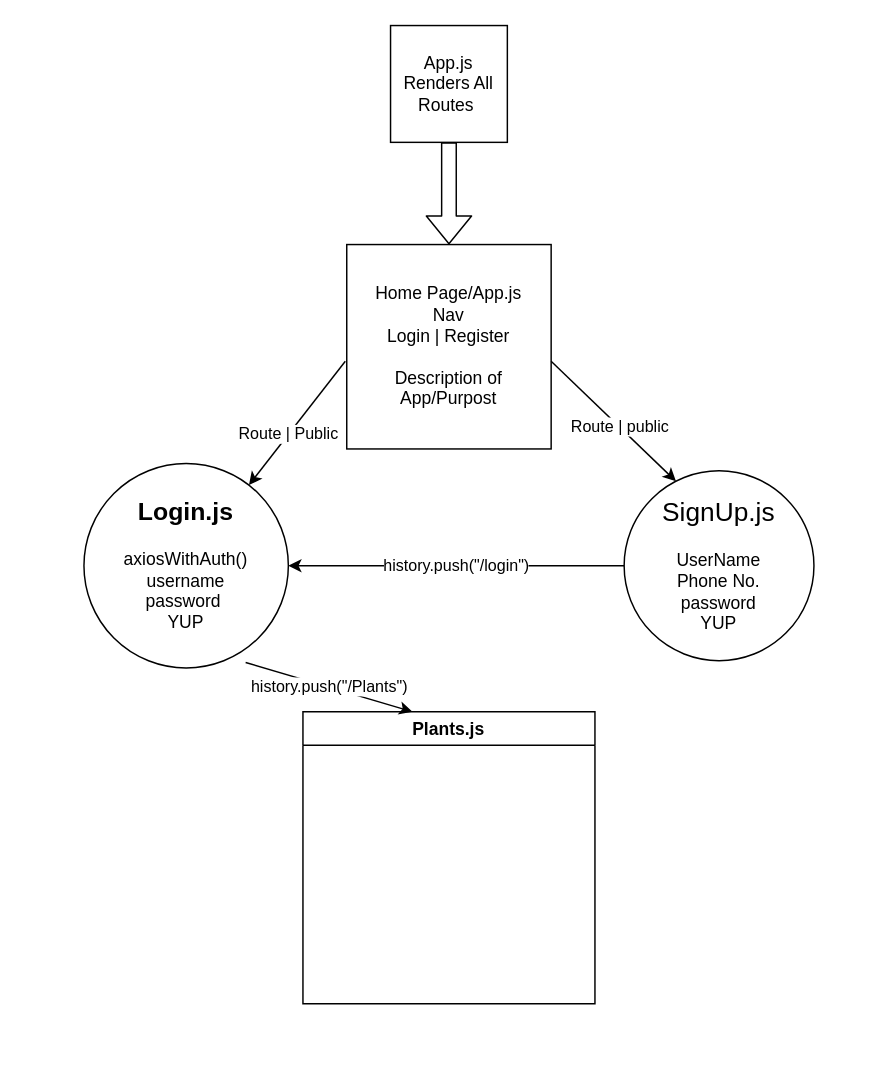
Earlier version of the draw.io diagram chart.drawio (Build-Week-092021-Water-My-Plants/frontend). Source tidied: cells renumbered, new cells numbered last; positions are measured from the earlier drawing's top-left corner, leaving out a move shared by most shapes. Both pictures are drawn from the tidied source at 146%, with x=0, y=0 at pixel (83, 25).
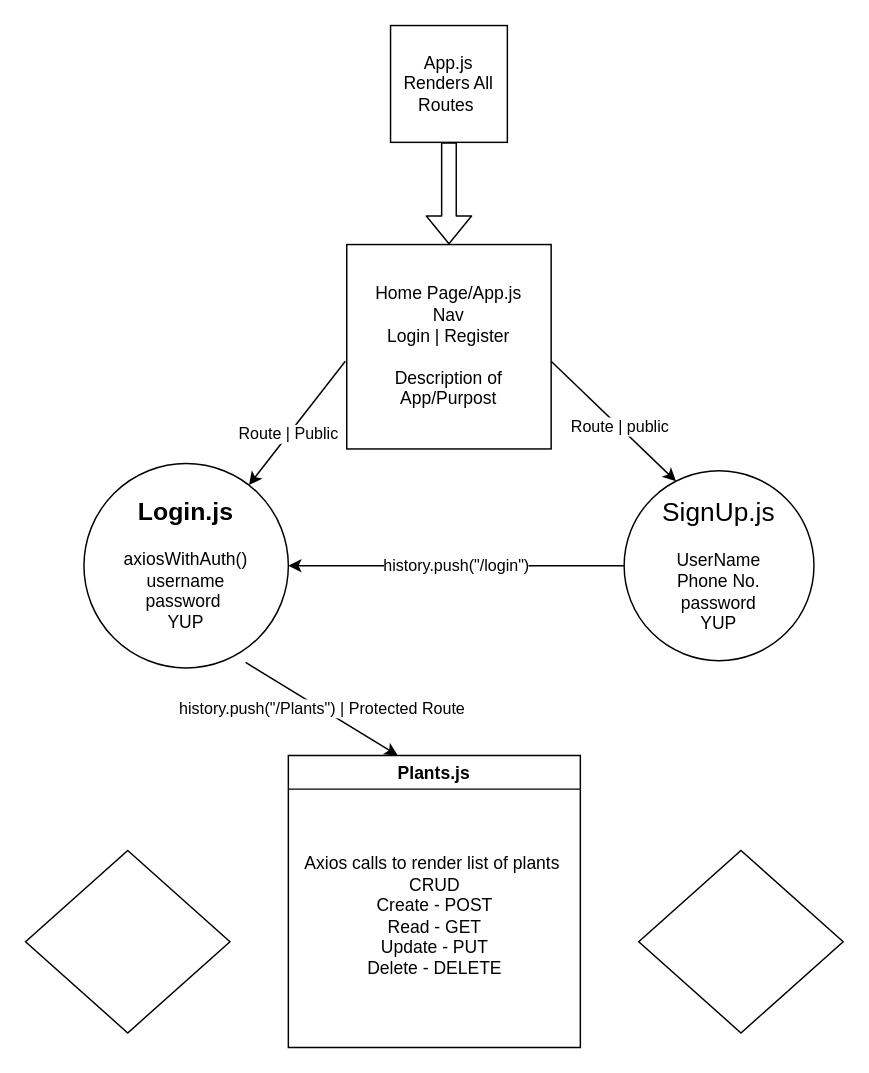
After the change.

What changed in the source:
```diff
@@
 <mxGraphModel>
   <root>
     <mxCell id="0" />
     <mxCell id="1" parent="0" />
     <mxCell id="2" value="Home Page/App.js&lt;br&gt;Nav&lt;br&gt;Login | Register&lt;br&gt;&lt;br&gt;Description of App/Purpost" style="whiteSpace=wrap;html=1;" parent="1" vertex="1">
       <mxGeometry x="180" y="150" width="140" height="140" as="geometry" />
     </mxCell>
     <mxCell id="3" value="&lt;font style=&quot;font-size: 18px&quot;&gt;SignUp.js&lt;/font&gt;&lt;br&gt;&lt;br&gt;UserName&lt;br&gt;Phone No.&lt;br&gt;password&lt;br&gt;YUP" style="ellipse;whiteSpace=wrap;html=1;" parent="1" vertex="1">
       <mxGeometry x="370" y="305" width="130" height="130" as="geometry" />
     </mxCell>
     <mxCell id="4" value="&lt;b&gt;&lt;font style=&quot;font-size: 17px&quot;&gt;Login.js&lt;/font&gt;&lt;/b&gt;&lt;br&gt;&lt;br&gt;axiosWithAuth()&lt;br&gt;username&lt;br&gt;password&amp;nbsp;&lt;br&gt;YUP&lt;br&gt;" style="ellipse;whiteSpace=wrap;html=1;" parent="1" vertex="1">
       <mxGeometry y="300" width="140" height="140" as="geometry" />
     </mxCell>
     <mxCell id="5" value="Route | Public" style="endArrow=classic;html=1;exitX=-0.007;exitY=0.571;exitDx=0;exitDy=0;exitPerimeter=0;" parent="1" edge="1" source="2" target="4">
       <mxGeometry x="0.18" relative="1" as="geometry" />
     </mxCell>
     <mxCell id="6" value="Route | public" style="endArrow=classic;html=1;entryX=0.273;entryY=0.055;entryDx=0;entryDy=0;entryPerimeter=0;exitX=1;exitY=0.571;exitDx=0;exitDy=0;exitPerimeter=0;" parent="1" edge="1" source="2" target="3">
       <mxGeometry x="0.09" relative="1" as="geometry" />
     </mxCell>
     <mxCell id="7" value="Plants.js" style="swimlane;" parent="1" vertex="1">
-      <mxGeometry x="150" y="470" width="200" height="200" as="geometry" />
+      <mxGeometry x="140" y="500" width="200" height="200" as="geometry" />
     </mxCell>
+    <mxCell id="12" value="Axios calls to render list of plants&amp;nbsp;&lt;br&gt;CRUD&lt;br&gt;Create - POST&lt;br&gt;Read - GET&lt;br&gt;Update - PUT&lt;br&gt;Delete - DELETE" style="text;html=1;align=center;verticalAlign=middle;strokeColor=none;" parent="7" vertex="1">
+      <mxGeometry x="5" y="65" width="190" height="90" as="geometry" />
+    </mxCell>
-    <mxCell id="8" value="history.push(&quot;/Plants&quot;)" style="endArrow=classic;html=1;entryX=0.375;entryY=0;entryDx=0;entryDy=0;entryPerimeter=0;exitX=0.791;exitY=0.973;exitDx=0;exitDy=0;exitPerimeter=0;" parent="1" edge="1" source="4" target="7">
+    <mxCell id="8" value="history.push(&quot;/Plants&quot;) | Protected Route" style="endArrow=classic;html=1;entryX=0.375;entryY=0;entryDx=0;entryDy=0;entryPerimeter=0;exitX=0.791;exitY=0.973;exitDx=0;exitDy=0;exitPerimeter=0;" parent="1" edge="1" source="4" target="7">
       <mxGeometry relative="1" as="geometry" />
     </mxCell>
     <mxCell id="9" value="App.js&lt;br&gt;Renders All Routes&amp;nbsp;" style="whiteSpace=wrap;html=1;" parent="1" vertex="1">
       <mxGeometry x="210" width="80" height="80" as="geometry" />
     </mxCell>
     <mxCell id="10" style="shape=flexArrow;endArrow=classic;html=1;entryX=0.5;entryY=0;entryDx=0;entryDy=0;exitX=0.5;exitY=1;exitDx=0;exitDy=0;" parent="1" edge="1" source="9" target="2">
       <mxGeometry relative="1" as="geometry" />
     </mxCell>
     <mxCell id="11" value="history.push(&quot;/login&quot;)" style="endArrow=classic;html=1;exitX=0;exitY=0.5;exitDx=0;exitDy=0;entryX=1;entryY=0.5;entryDx=0;entryDy=0;" parent="1" edge="1" source="3" target="4">
       <mxGeometry relative="1" as="geometry" />
     </mxCell>
+    <mxCell id="13" style="rhombus;whiteSpace=wrap;html=1;" parent="1" vertex="1">
+      <mxGeometry x="-40" y="565" width="140" height="125" as="geometry" />
+    </mxCell>
+    <mxCell id="14" style="rhombus;whiteSpace=wrap;html=1;" parent="1" vertex="1">
+      <mxGeometry x="380" y="565" width="140" height="125" as="geometry" />
+    </mxCell>
   </root>
 </mxGraphModel>
```
